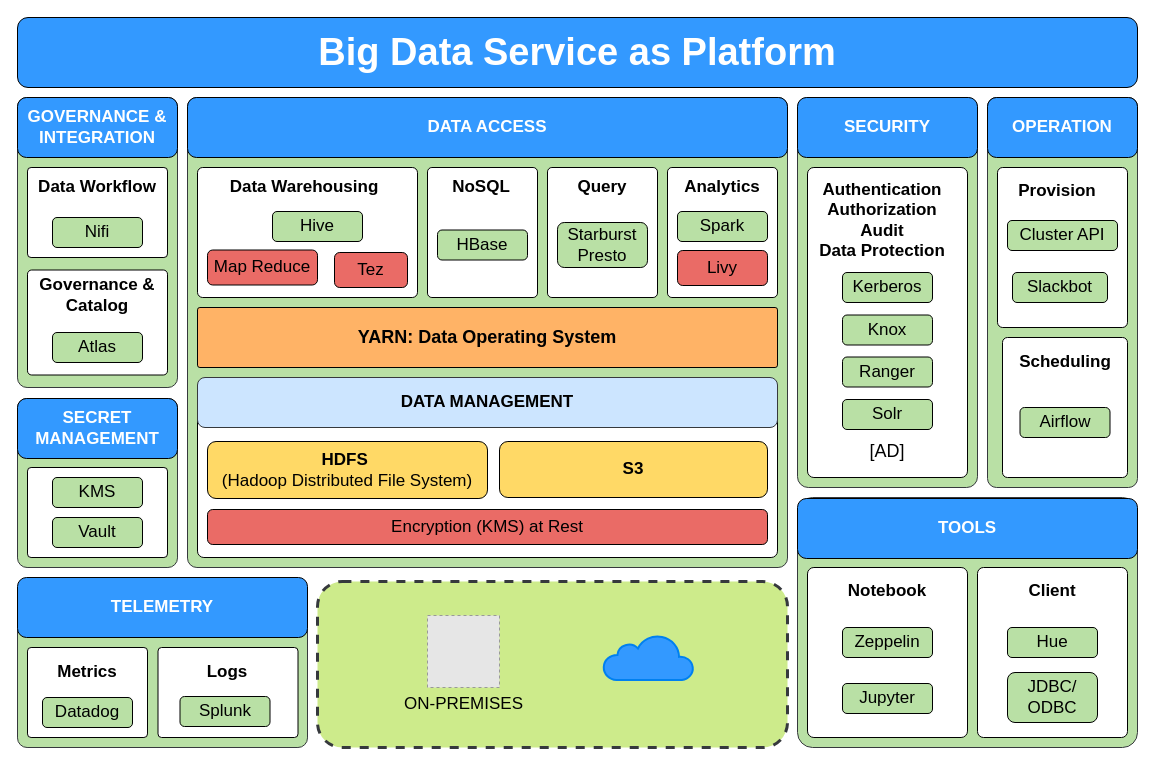
This is bigdata-architecture.drawio from iphysresearch/drawio, a draw.io file, before an edit. Source tidied: cells renumbered, new cells numbered last; positions are measured from the earlier drawing's top-left corner, leaving out a move shared by most shapes. Both pictures are drawn from the tidied source at 100%, with x=0, y=0 at pixel (17, 17). Pictures stored in the file or linked from it are replaced by grey dashed boxes.
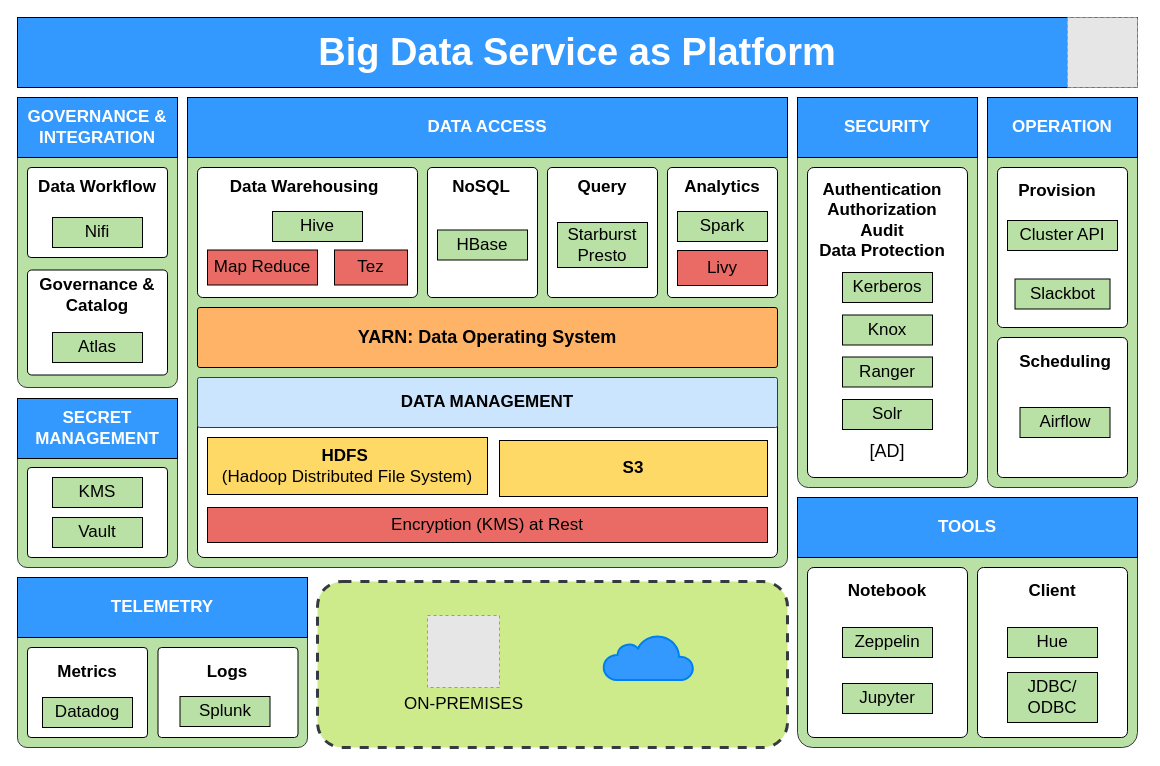
After the change.

What changed in the source:
```diff
@@
-    <mxCell id="5" value="GOVERNANCE &amp;amp; INTEGRATION" style="rounded=1;whiteSpace=wrap;html=1;labelBackgroundColor=none;fillColor=#3399FF;fontSize=17;fontColor=#FFFFFF;fontStyle=1;" parent="1" vertex="1">
+    <mxCell id="5" value="GOVERNANCE &amp;amp; INTEGRATION" style="rounded=1;whiteSpace=wrap;html=1;labelBackgroundColor=none;fillColor=#3399FF;fontSize=17;fontColor=#FFFFFF;fontStyle=1;arcSize=0;" parent="1" vertex="1">
       <mxGeometry y="80" width="160" height="60" as="geometry" />
     </mxCell>
@@
-    <mxCell id="8" value="Nifi" style="rounded=1;whiteSpace=wrap;html=1;labelBackgroundColor=none;fillColor=#B9E0A5;fontSize=17;fontColor=#000000;fontStyle=0;" parent="1" vertex="1">
+    <mxCell id="8" value="Nifi" style="rounded=1;whiteSpace=wrap;html=1;labelBackgroundColor=none;fillColor=#B9E0A5;fontSize=17;fontColor=#000000;fontStyle=0;arcSize=0;" parent="1" vertex="1">
       <mxGeometry x="35" y="200" width="90" height="30" as="geometry" />
     </mxCell>
@@
-    <mxCell id="11" value="Atlas" style="rounded=1;whiteSpace=wrap;html=1;labelBackgroundColor=none;fillColor=#B9E0A5;fontSize=17;fontColor=#000000;fontStyle=0;" parent="1" vertex="1">
+    <mxCell id="11" value="Atlas" style="rounded=1;whiteSpace=wrap;html=1;labelBackgroundColor=none;fillColor=#B9E0A5;fontSize=17;fontColor=#000000;fontStyle=0;arcSize=0;" parent="1" vertex="1">
       <mxGeometry x="35" y="315" width="90" height="30" as="geometry" />
     </mxCell>
@@
-    <mxCell id="13" value="DATA ACCESS" style="rounded=1;whiteSpace=wrap;html=1;labelBackgroundColor=none;fillColor=#3399FF;fontSize=17;fontColor=#FFFFFF;fontStyle=1;" parent="1" vertex="1">
+    <mxCell id="13" value="DATA ACCESS" style="rounded=1;whiteSpace=wrap;html=1;labelBackgroundColor=none;fillColor=#3399FF;fontSize=17;fontColor=#FFFFFF;fontStyle=1;arcSize=0;" parent="1" vertex="1">
       <mxGeometry x="170" y="80" width="600" height="60" as="geometry" />
     </mxCell>
@@
-    <mxCell id="16" value="Hive" style="rounded=1;whiteSpace=wrap;html=1;labelBackgroundColor=none;fillColor=#B9E0A5;fontSize=17;fontColor=#000000;fontStyle=0;" parent="1" vertex="1">
+    <mxCell id="16" value="Hive" style="rounded=1;whiteSpace=wrap;html=1;labelBackgroundColor=none;fillColor=#B9E0A5;fontSize=17;fontColor=#000000;fontStyle=0;arcSize=0;" parent="1" vertex="1">
       <mxGeometry x="255" y="194" width="90" height="30" as="geometry" />
     </mxCell>
@@
-    <mxCell id="19" value="HBase" style="rounded=1;whiteSpace=wrap;html=1;labelBackgroundColor=none;fillColor=#B9E0A5;fontSize=17;fontColor=#000000;fontStyle=0;" parent="1" vertex="1">
+    <mxCell id="19" value="HBase" style="rounded=1;whiteSpace=wrap;html=1;labelBackgroundColor=none;fillColor=#B9E0A5;fontSize=17;fontColor=#000000;fontStyle=0;arcSize=0;" parent="1" vertex="1">
       <mxGeometry x="420" y="212.5" width="90" height="30" as="geometry" />
     </mxCell>
@@
-    <mxCell id="22" value="Starburst Presto" style="rounded=1;whiteSpace=wrap;html=1;labelBackgroundColor=none;fillColor=#B9E0A5;fontSize=17;fontColor=#000000;fontStyle=0;" parent="1" vertex="1">
+    <mxCell id="22" value="Starburst Presto" style="rounded=1;whiteSpace=wrap;html=1;labelBackgroundColor=none;fillColor=#B9E0A5;fontSize=17;fontColor=#000000;fontStyle=0;arcSize=0;" parent="1" vertex="1">
       <mxGeometry x="540" y="205" width="90" height="45" as="geometry" />
     </mxCell>
@@
-    <mxCell id="25" value="Tez" style="rounded=1;whiteSpace=wrap;html=1;labelBackgroundColor=none;fillColor=#EA6B66;fontSize=17;fontColor=#000000;" parent="1" vertex="1">
-      <mxGeometry x="317" y="235" width="73" height="35" as="geometry" />
+    <mxCell id="25" value="Tez" style="rounded=1;whiteSpace=wrap;html=1;labelBackgroundColor=none;fillColor=#EA6B66;fontSize=17;fontColor=#000000;arcSize=0;" parent="1" vertex="1">
+      <mxGeometry x="317" y="232.5" width="73" height="35" as="geometry" />
     </mxCell>
-    <mxCell id="26" value="Map Reduce" style="rounded=1;whiteSpace=wrap;html=1;labelBackgroundColor=none;fillColor=#EA6B66;fontSize=17;fontColor=#000000;" parent="1" vertex="1">
+    <mxCell id="26" value="Map Reduce" style="rounded=1;whiteSpace=wrap;html=1;labelBackgroundColor=none;fillColor=#EA6B66;fontSize=17;fontColor=#000000;arcSize=0;" parent="1" vertex="1">
       <mxGeometry x="190" y="232.5" width="110" height="35" as="geometry" />
     </mxCell>
@@
-    <mxCell id="29" value="&lt;b&gt;HDFS&lt;/b&gt;&amp;nbsp;&lt;br&gt;(Hadoop Distributed File System)" style="rounded=1;whiteSpace=wrap;html=1;labelBackgroundColor=none;fillColor=#FFD966;fontSize=17;fontColor=#000000;fontStyle=0;" parent="1" vertex="1">
-      <mxGeometry x="190" y="424" width="280" height="57" as="geometry" />
+    <mxCell id="29" value="&lt;b&gt;HDFS&lt;/b&gt;&amp;nbsp;&lt;br&gt;(Hadoop Distributed File System)" style="rounded=1;whiteSpace=wrap;html=1;labelBackgroundColor=none;fillColor=#FFD966;fontSize=17;fontColor=#000000;fontStyle=0;arcSize=0;" parent="1" vertex="1">
+      <mxGeometry x="190" y="420" width="280" height="57" as="geometry" />
     </mxCell>
-    <mxCell id="30" value="S3" style="rounded=1;whiteSpace=wrap;html=1;labelBackgroundColor=none;fillColor=#FFD966;fontSize=17;fontColor=#000000;fontStyle=1;" parent="1" vertex="1">
-      <mxGeometry x="482" y="424" width="268" height="56" as="geometry" />
+    <mxCell id="30" value="S3" style="rounded=1;whiteSpace=wrap;html=1;labelBackgroundColor=none;fillColor=#FFD966;fontSize=17;fontColor=#000000;fontStyle=1;arcSize=0;" parent="1" vertex="1">
+      <mxGeometry x="482" y="423" width="268" height="56" as="geometry" />
     </mxCell>
@@
-    <mxCell id="32" value="SECURITY" style="rounded=1;whiteSpace=wrap;html=1;labelBackgroundColor=none;fillColor=#3399FF;fontSize=17;fontColor=#FFFFFF;fontStyle=1;" parent="1" vertex="1">
+    <mxCell id="32" value="SECURITY" style="rounded=1;whiteSpace=wrap;html=1;labelBackgroundColor=none;fillColor=#3399FF;fontSize=17;fontColor=#FFFFFF;fontStyle=1;arcSize=0;" parent="1" vertex="1">
       <mxGeometry x="780" y="80" width="180" height="60" as="geometry" />
     </mxCell>
@@
-    <mxCell id="35" value="Kerberos" style="rounded=1;whiteSpace=wrap;html=1;labelBackgroundColor=none;fillColor=#B9E0A5;fontSize=17;fontColor=#000000;fontStyle=0;" parent="1" vertex="1">
+    <mxCell id="35" value="Kerberos" style="rounded=1;whiteSpace=wrap;html=1;labelBackgroundColor=none;fillColor=#B9E0A5;fontSize=17;fontColor=#000000;fontStyle=0;arcSize=0;" parent="1" vertex="1">
       <mxGeometry x="825" y="255" width="90" height="30" as="geometry" />
     </mxCell>
-    <mxCell id="36" value="Knox" style="rounded=1;whiteSpace=wrap;html=1;labelBackgroundColor=none;fillColor=#B9E0A5;fontSize=17;fontColor=#000000;fontStyle=0;" parent="1" vertex="1">
+    <mxCell id="36" value="Knox" style="rounded=1;whiteSpace=wrap;html=1;labelBackgroundColor=none;fillColor=#B9E0A5;fontSize=17;fontColor=#000000;fontStyle=0;arcSize=0;" parent="1" vertex="1">
       <mxGeometry x="825" y="297.5" width="90" height="30" as="geometry" />
     </mxCell>
-    <mxCell id="37" value="Ranger" style="rounded=1;whiteSpace=wrap;html=1;labelBackgroundColor=none;fillColor=#B9E0A5;fontSize=17;fontColor=#000000;fontStyle=0;" parent="1" vertex="1">
+    <mxCell id="37" value="Ranger" style="rounded=1;whiteSpace=wrap;html=1;labelBackgroundColor=none;fillColor=#B9E0A5;fontSize=17;fontColor=#000000;fontStyle=0;arcSize=0;" parent="1" vertex="1">
       <mxGeometry x="825" y="339.5" width="90" height="30" as="geometry" />
     </mxCell>
-    <mxCell id="38" value="DATA MANAGEMENT" style="rounded=1;whiteSpace=wrap;html=1;labelBackgroundColor=none;fillColor=#cce5ff;fontSize=17;fontStyle=1;strokeColor=#36393d;" parent="1" vertex="1">
+    <mxCell id="38" value="DATA MANAGEMENT" style="rounded=1;whiteSpace=wrap;html=1;labelBackgroundColor=none;fillColor=#cce5ff;fontSize=17;fontStyle=1;strokeColor=#36393d;arcSize=4;" parent="1" vertex="1">
       <mxGeometry x="180" y="360" width="580" height="50" as="geometry" />
     </mxCell>
@@
-    <mxCell id="40" value="OPERATION" style="rounded=1;whiteSpace=wrap;html=1;labelBackgroundColor=none;fillColor=#3399FF;fontSize=17;fontColor=#FFFFFF;fontStyle=1;" parent="1" vertex="1">
+    <mxCell id="40" value="OPERATION" style="rounded=1;whiteSpace=wrap;html=1;labelBackgroundColor=none;fillColor=#3399FF;fontSize=17;fontColor=#FFFFFF;fontStyle=1;arcSize=0;" parent="1" vertex="1">
       <mxGeometry x="970" y="80" width="150" height="60" as="geometry" />
     </mxCell>
@@
-    <mxCell id="43" value="Cluster API" style="rounded=1;whiteSpace=wrap;html=1;labelBackgroundColor=none;fillColor=#B9E0A5;fontSize=17;fontColor=#000000;fontStyle=0;" parent="1" vertex="1">
+    <mxCell id="43" value="Cluster API" style="rounded=1;whiteSpace=wrap;html=1;labelBackgroundColor=none;fillColor=#B9E0A5;fontSize=17;fontColor=#000000;fontStyle=0;arcSize=0;" parent="1" vertex="1">
       <mxGeometry x="990" y="203" width="110" height="30" as="geometry" />
     </mxCell>
-    <mxCell id="44" value="Slackbot" style="rounded=1;whiteSpace=wrap;html=1;labelBackgroundColor=none;fillColor=#B9E0A5;fontSize=17;fontColor=#000000;fontStyle=0;" parent="1" vertex="1">
-      <mxGeometry x="995" y="255" width="95" height="30" as="geometry" />
+    <mxCell id="44" value="Slackbot" style="rounded=1;whiteSpace=wrap;html=1;labelBackgroundColor=none;fillColor=#B9E0A5;fontSize=17;fontColor=#000000;fontStyle=0;arcSize=0;" parent="1" vertex="1">
+      <mxGeometry x="997.5" y="261.5" width="95" height="30" as="geometry" />
     </mxCell>
     <mxCell id="45" style="rounded=1;whiteSpace=wrap;html=1;labelBackgroundColor=none;fillColor=#FFFFFF;fontSize=17;fontColor=#FFFFFF;arcSize=4;" parent="1" vertex="1">
-      <mxGeometry x="985" y="320" width="125" height="140" as="geometry" />
+      <mxGeometry x="980" y="320" width="130" height="140" as="geometry" />
     </mxCell>
@@
-    <mxCell id="47" value="Airflow" style="rounded=1;whiteSpace=wrap;html=1;labelBackgroundColor=none;fillColor=#B9E0A5;fontSize=17;fontColor=#000000;fontStyle=0;" parent="1" vertex="1">
+    <mxCell id="47" value="Airflow" style="rounded=1;whiteSpace=wrap;html=1;labelBackgroundColor=none;fillColor=#B9E0A5;fontSize=17;fontColor=#000000;fontStyle=0;arcSize=0;" parent="1" vertex="1">
       <mxGeometry x="1002.5" y="390" width="90" height="30" as="geometry" />
     </mxCell>
@@
-    <mxCell id="51" value="Big Data Service as Platform" style="rounded=1;whiteSpace=wrap;html=1;labelBackgroundColor=none;fillColor=#3399FF;fontSize=38;fontColor=#FFFFFF;fontStyle=1;" parent="1" vertex="1">
+    <mxCell id="51" value="Big Data Service as Platform" style="rounded=1;whiteSpace=wrap;html=1;labelBackgroundColor=none;fillColor=#3399FF;fontSize=38;fontColor=#FFFFFF;fontStyle=1;arcSize=0;" parent="1" vertex="1">
       <mxGeometry width="1120" height="70" as="geometry" />
     </mxCell>
-    <mxCell id="52" value="Solr" style="rounded=1;whiteSpace=wrap;html=1;labelBackgroundColor=none;fillColor=#B9E0A5;fontSize=17;fontColor=#000000;fontStyle=0;" parent="1" vertex="1">
+    <mxCell id="52" value="Solr" style="rounded=1;whiteSpace=wrap;html=1;labelBackgroundColor=none;fillColor=#B9E0A5;fontSize=17;fontColor=#000000;fontStyle=0;arcSize=0;" parent="1" vertex="1">
       <mxGeometry x="825" y="382" width="90" height="30" as="geometry" />
     </mxCell>
@@
-    <mxCell id="54" value="SECRET MANAGEMENT" style="rounded=1;whiteSpace=wrap;html=1;labelBackgroundColor=none;fillColor=#3399FF;fontSize=17;fontColor=#FFFFFF;fontStyle=1;" parent="1" vertex="1">
+    <mxCell id="54" value="SECRET MANAGEMENT" style="rounded=1;whiteSpace=wrap;html=1;labelBackgroundColor=none;fillColor=#3399FF;fontSize=17;fontColor=#FFFFFF;fontStyle=1;arcSize=0;" parent="1" vertex="1">
       <mxGeometry y="381" width="160" height="60" as="geometry" />
     </mxCell>
@@
-    <mxCell id="56" value="KMS" style="rounded=1;whiteSpace=wrap;html=1;labelBackgroundColor=none;fillColor=#B9E0A5;fontSize=17;fontColor=#000000;fontStyle=0;" parent="1" vertex="1">
+    <mxCell id="56" value="KMS" style="rounded=1;whiteSpace=wrap;html=1;labelBackgroundColor=none;fillColor=#B9E0A5;fontSize=17;fontColor=#000000;fontStyle=0;arcSize=0;" parent="1" vertex="1">
       <mxGeometry x="35" y="460" width="90" height="30" as="geometry" />
     </mxCell>
-    <mxCell id="57" value="Vault" style="rounded=1;whiteSpace=wrap;html=1;labelBackgroundColor=none;fillColor=#B9E0A5;fontSize=17;fontColor=#000000;fontStyle=0;" parent="1" vertex="1">
+    <mxCell id="57" value="Vault" style="rounded=1;whiteSpace=wrap;html=1;labelBackgroundColor=none;fillColor=#B9E0A5;fontSize=17;fontColor=#000000;fontStyle=0;arcSize=0;" parent="1" vertex="1">
       <mxGeometry x="35" y="500" width="90" height="30" as="geometry" />
     </mxCell>
@@
-    <mxCell id="59" value="TOOLS" style="rounded=1;whiteSpace=wrap;html=1;labelBackgroundColor=none;fillColor=#3399FF;fontSize=17;fontColor=#FFFFFF;fontStyle=1;" parent="1" vertex="1">
-      <mxGeometry x="780" y="481" width="340" height="60" as="geometry" />
+    <mxCell id="59" value="TOOLS" style="rounded=1;whiteSpace=wrap;html=1;labelBackgroundColor=none;fillColor=#3399FF;fontSize=17;fontColor=#FFFFFF;fontStyle=1;arcSize=0;" parent="1" vertex="1">
+      <mxGeometry x="780" y="480" width="340" height="60" as="geometry" />
     </mxCell>
@@
-    <mxCell id="62" value="Zeppelin" style="rounded=1;whiteSpace=wrap;html=1;labelBackgroundColor=none;fillColor=#B9E0A5;fontSize=17;fontColor=#000000;fontStyle=0;" parent="1" vertex="1">
+    <mxCell id="62" value="Zeppelin" style="rounded=1;whiteSpace=wrap;html=1;labelBackgroundColor=none;fillColor=#B9E0A5;fontSize=17;fontColor=#000000;fontStyle=0;arcSize=0;" parent="1" vertex="1">
       <mxGeometry x="825" y="610" width="90" height="30" as="geometry" />
     </mxCell>
-    <mxCell id="63" value="Jupyter" style="rounded=1;whiteSpace=wrap;html=1;labelBackgroundColor=none;fillColor=#B9E0A5;fontSize=17;fontColor=#000000;fontStyle=0;" parent="1" vertex="1">
+    <mxCell id="63" value="Jupyter" style="rounded=1;whiteSpace=wrap;html=1;labelBackgroundColor=none;fillColor=#B9E0A5;fontSize=17;fontColor=#000000;fontStyle=0;arcSize=0;" parent="1" vertex="1">
       <mxGeometry x="825" y="666" width="90" height="30" as="geometry" />
     </mxCell>
@@
-    <mxCell id="66" value="Hue" style="rounded=1;whiteSpace=wrap;html=1;labelBackgroundColor=none;fillColor=#B9E0A5;fontSize=17;fontColor=#000000;fontStyle=0;" parent="1" vertex="1">
+    <mxCell id="66" value="Hue" style="rounded=1;whiteSpace=wrap;html=1;labelBackgroundColor=none;fillColor=#B9E0A5;fontSize=17;fontColor=#000000;fontStyle=0;arcSize=0;" parent="1" vertex="1">
       <mxGeometry x="990" y="610" width="90" height="30" as="geometry" />
     </mxCell>
-    <mxCell id="67" value="JDBC/&lt;br&gt;ODBC" style="rounded=1;whiteSpace=wrap;html=1;labelBackgroundColor=none;fillColor=#B9E0A5;fontSize=17;fontColor=#000000;fontStyle=0;" parent="1" vertex="1">
+    <mxCell id="67" value="JDBC/&lt;br&gt;ODBC" style="rounded=1;whiteSpace=wrap;html=1;labelBackgroundColor=none;fillColor=#B9E0A5;fontSize=17;fontColor=#000000;fontStyle=0;arcSize=0;" parent="1" vertex="1">
       <mxGeometry x="990" y="655" width="90" height="50" as="geometry" />
     </mxCell>
-    <mxCell id="68" value="Encryption (KMS) at Rest" style="rounded=1;whiteSpace=wrap;html=1;labelBackgroundColor=none;fillColor=#EA6B66;fontSize=17;fontColor=#000000;" parent="1" vertex="1">
-      <mxGeometry x="190" y="492" width="560" height="35" as="geometry" />
+    <mxCell id="68" value="Encryption (KMS) at Rest" style="rounded=1;whiteSpace=wrap;html=1;labelBackgroundColor=none;fillColor=#EA6B66;fontSize=17;fontColor=#000000;arcSize=0;" parent="1" vertex="1">
+      <mxGeometry x="190" y="490" width="560" height="35" as="geometry" />
     </mxCell>
-    <mxCell id="69" value="TELEMETRY" style="rounded=1;whiteSpace=wrap;html=1;labelBackgroundColor=none;fillColor=#3399FF;fontSize=17;fontColor=#FFFFFF;fontStyle=1;" parent="1" vertex="1">
+    <mxCell id="69" value="TELEMETRY" style="rounded=1;whiteSpace=wrap;html=1;labelBackgroundColor=none;fillColor=#3399FF;fontSize=17;fontColor=#FFFFFF;fontStyle=1;arcSize=0;" parent="1" vertex="1">
       <mxGeometry y="560" width="290" height="60" as="geometry" />
     </mxCell>
@@
-    <mxCell id="71" value="Datadog" style="rounded=1;whiteSpace=wrap;html=1;labelBackgroundColor=none;fillColor=#B9E0A5;fontSize=17;fontColor=#000000;fontStyle=0;" parent="1" vertex="1">
+    <mxCell id="71" value="Datadog" style="rounded=1;whiteSpace=wrap;html=1;labelBackgroundColor=none;fillColor=#B9E0A5;fontSize=17;fontColor=#000000;fontStyle=0;arcSize=0;" parent="1" vertex="1">
       <mxGeometry x="25" y="680" width="90" height="30" as="geometry" />
     </mxCell>
-    <mxCell id="72" value="Splunk" style="rounded=1;whiteSpace=wrap;html=1;labelBackgroundColor=none;fillColor=#B9E0A5;fontSize=17;fontColor=#000000;fontStyle=0;" parent="1" vertex="1">
+    <mxCell id="72" value="Splunk" style="rounded=1;whiteSpace=wrap;html=1;labelBackgroundColor=none;fillColor=#B9E0A5;fontSize=17;fontColor=#000000;fontStyle=0;arcSize=0;" parent="1" vertex="1">
       <mxGeometry x="162.5" y="679" width="90" height="30" as="geometry" />
     </mxCell>
@@
-    <mxCell id="75" value="Livy" style="rounded=1;whiteSpace=wrap;html=1;labelBackgroundColor=none;fillColor=#EA6B66;fontSize=17;fontColor=#000000;" parent="1" vertex="1">
+    <mxCell id="75" value="Livy" style="rounded=1;whiteSpace=wrap;html=1;labelBackgroundColor=none;fillColor=#EA6B66;fontSize=17;fontColor=#000000;arcSize=0;" parent="1" vertex="1">
       <mxGeometry x="660" y="233" width="90" height="35" as="geometry" />
     </mxCell>
-    <mxCell id="76" value="Spark" style="rounded=1;whiteSpace=wrap;html=1;labelBackgroundColor=none;fillColor=#B9E0A5;fontSize=17;fontColor=#000000;fontStyle=0;" parent="1" vertex="1">
+    <mxCell id="76" value="Spark" style="rounded=1;whiteSpace=wrap;html=1;labelBackgroundColor=none;fillColor=#B9E0A5;fontSize=17;fontColor=#000000;fontStyle=0;arcSize=0;" parent="1" vertex="1">
       <mxGeometry x="660" y="194" width="90" height="30" as="geometry" />
     </mxCell>
@@
+    <mxCell id="78" style="fillColor=#E6E6E6;strokeColor=#999999;dashed=1;verticalLabelPosition=bottom;verticalAlign=top;" parent="1" vertex="1">
+      <mxGeometry x="1050" width="70" height="70" as="geometry" />
+    </mxCell>
```
